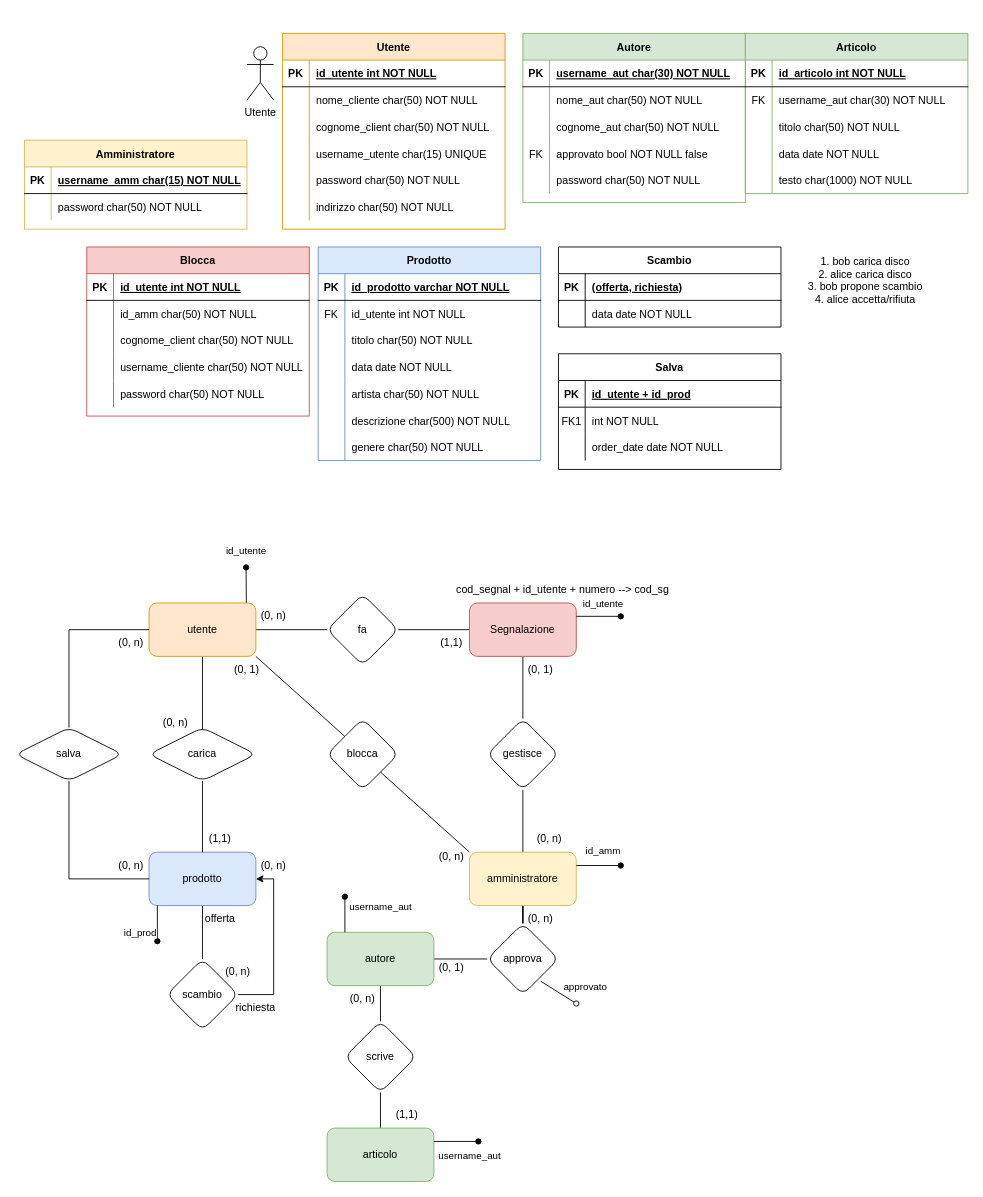
Above: testDraw.drawio in nonPitte/testDraw (draw.io), before the change. Source tidied: cells renumbered, new cells numbered last; positions are measured from the earlier drawing's top-left corner, leaving out a move shared by most shapes. Both pictures are drawn from the tidied source at 89%, with x=0, y=0 at pixel (15, 33).
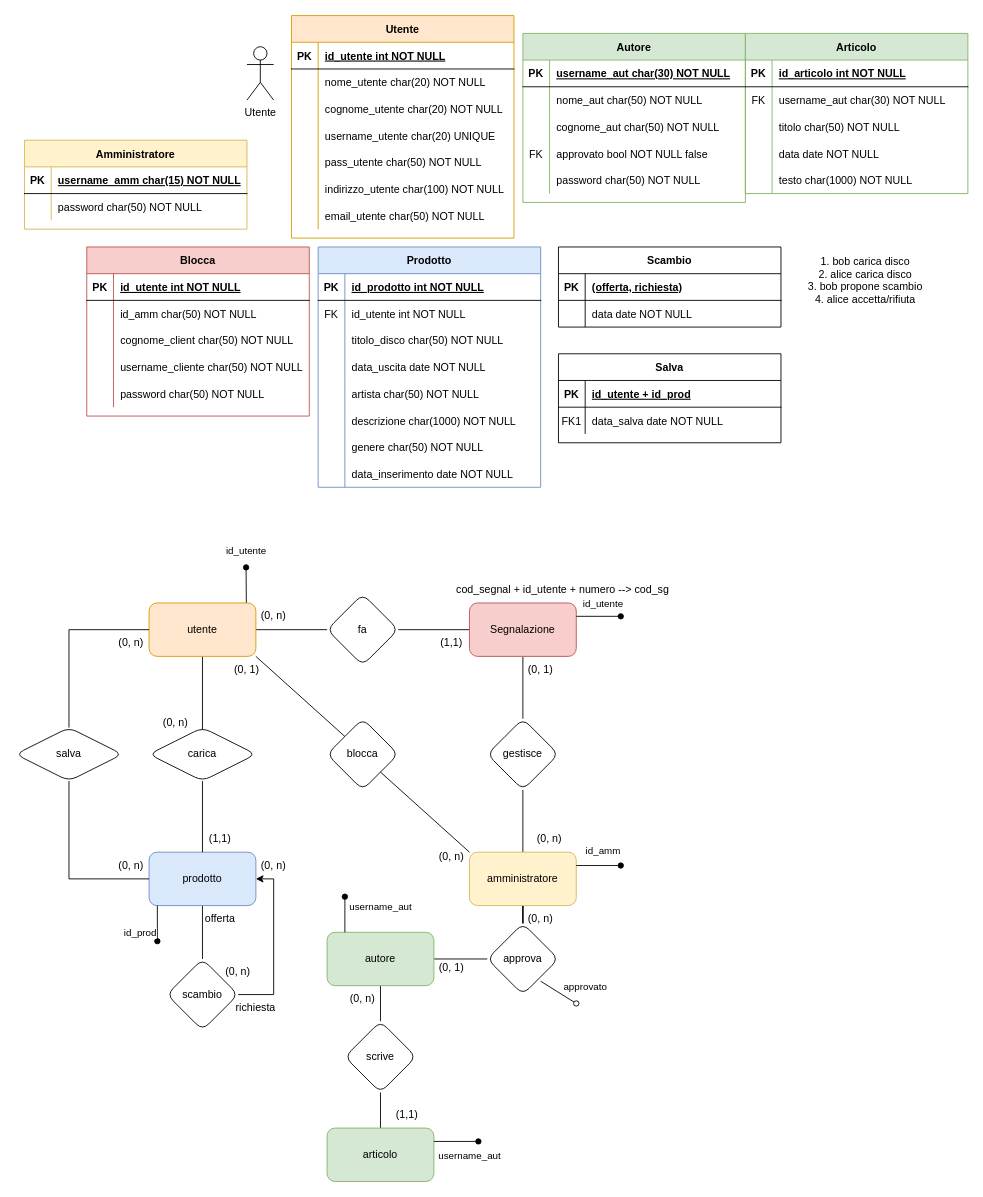
After the change.

The change refers to these unchanged cells:
```xml
<mxCell id="6" style="shape=partialRectangle;fillColor=none;top=0;left=0;right=0;bottom=0;" parent="2" vertex="1">
  <mxGeometry y="60" width="250" height="30" as="geometry" />
</mxCell>
<mxCell id="9" style="shape=partialRectangle;fillColor=none;top=0;left=0;right=0;bottom=0;" parent="2" vertex="1">
  <mxGeometry y="90" width="250" height="30" as="geometry" />
</mxCell>
<mxCell id="12" style="shape=partialRectangle;fillColor=none;top=0;left=0;right=0;bottom=0;" parent="2" vertex="1">
  <mxGeometry y="120" width="250" height="30" as="geometry" />
</mxCell>
<mxCell id="15" style="shape=partialRectangle;fillColor=none;top=0;left=0;right=0;bottom=0;" parent="2" vertex="1">
  <mxGeometry y="150" width="250" height="30" as="geometry" />
</mxCell>
<mxCell id="18" style="shape=partialRectangle;fillColor=none;top=0;left=0;right=0;bottom=0;" parent="2" vertex="1">
  <mxGeometry y="180" width="250" height="30" as="geometry" />
</mxCell>
<mxCell id="22" style="shape=partialRectangle;fillColor=none;top=0;left=0;right=0;bottom=1;" parent="21" vertex="1">
  <mxGeometry y="30" width="250" height="30" as="geometry" />
</mxCell>
<mxCell id="28" style="shape=partialRectangle;fillColor=none;top=0;left=0;right=0;bottom=0;" parent="21" vertex="1">
  <mxGeometry y="90" width="250" height="30" as="geometry" />
</mxCell>
<mxCell id="31" style="shape=partialRectangle;fillColor=none;top=0;left=0;right=0;bottom=0;" parent="21" vertex="1">
  <mxGeometry y="120" width="250" height="30" as="geometry" />
</mxCell>
<mxCell id="37" style="shape=partialRectangle;fillColor=none;top=0;left=0;right=0;bottom=0;" parent="21" vertex="1">
  <mxGeometry y="180" width="250" height="30" as="geometry" />
</mxCell>
<mxCell id="89" style="shape=partialRectangle;fillColor=none;top=0;left=0;right=0;bottom=0;" parent="85" vertex="1">
  <mxGeometry y="60" width="250" height="30" as="geometry" />
</mxCell>
```

The edit, as a diff of the source:
```diff
@@
     <mxCell id="2" value="Utente" style="shape=table;startSize=30;childLayout=tableLayout;rowLines=0;fontStyle=1;align=center;fillColor=#ffe6cc;strokeColor=#d79b00;" parent="1" vertex="1">
-      <mxGeometry x="300" width="250" height="220" as="geometry" />
+      <mxGeometry x="310" y="-20" width="250" height="250" as="geometry" />
     </mxCell>
@@
-    <mxCell id="8" value="nome_cliente char(50) NOT NULL" style="shape=partialRectangle;overflow=hidden;fillColor=none;top=0;left=0;bottom=0;right=0;align=left;spacingLeft=6;" parent="6" vertex="1">
+    <mxCell id="8" value="nome_utente char(20) NOT NULL" style="shape=partialRectangle;overflow=hidden;fillColor=none;top=0;left=0;bottom=0;right=0;align=left;spacingLeft=6;" parent="6" vertex="1">
       <mxGeometry x="30" width="220" height="30" as="geometry" />
     </mxCell>
@@
-    <mxCell id="11" value="cognome_client char(50) NOT NULL" style="shape=partialRectangle;overflow=hidden;fillColor=none;top=0;left=0;bottom=0;right=0;align=left;spacingLeft=6;" parent="9" vertex="1">
+    <mxCell id="11" value="cognome_utente char(20) NOT NULL" style="shape=partialRectangle;overflow=hidden;fillColor=none;top=0;left=0;bottom=0;right=0;align=left;spacingLeft=6;" parent="9" vertex="1">
       <mxGeometry x="30" width="220" height="30" as="geometry" />
     </mxCell>
@@
-    <mxCell id="14" value="username_utente char(15) UNIQUE" style="shape=partialRectangle;overflow=hidden;fillColor=none;top=0;left=0;bottom=0;right=0;align=left;spacingLeft=6;" parent="12" vertex="1">
+    <mxCell id="14" value="username_utente char(20) UNIQUE" style="shape=partialRectangle;overflow=hidden;fillColor=none;top=0;left=0;bottom=0;right=0;align=left;spacingLeft=6;" parent="12" vertex="1">
       <mxGeometry x="30" width="220" height="30" as="geometry" />
     </mxCell>
@@
-    <mxCell id="17" value="password char(50) NOT NULL" style="shape=partialRectangle;overflow=hidden;fillColor=none;top=0;left=0;bottom=0;right=0;align=left;spacingLeft=6;" parent="15" vertex="1">
+    <mxCell id="17" value="pass_utente char(50) NOT NULL" style="shape=partialRectangle;overflow=hidden;fillColor=none;top=0;left=0;bottom=0;right=0;align=left;spacingLeft=6;" parent="15" vertex="1">
       <mxGeometry x="30" width="220" height="30" as="geometry" />
     </mxCell>
@@
-    <mxCell id="20" value="indirizzo char(50) NOT NULL" style="shape=partialRectangle;overflow=hidden;fillColor=none;top=0;left=0;bottom=0;right=0;align=left;spacingLeft=6;" parent="18" vertex="1">
+    <mxCell id="20" value="indirizzo_utente char(100) NOT NULL" style="shape=partialRectangle;overflow=hidden;fillColor=none;top=0;left=0;bottom=0;right=0;align=left;spacingLeft=6;" parent="18" vertex="1">
       <mxGeometry x="30" width="220" height="30" as="geometry" />
     </mxCell>
+    <mxCell id="174" style="shape=partialRectangle;fillColor=none;top=0;left=0;right=0;bottom=0;" parent="2" vertex="1">
+      <mxGeometry y="210" width="250" height="30" as="geometry" />
+    </mxCell>
+    <mxCell id="175" style="shape=partialRectangle;overflow=hidden;fillColor=none;top=0;left=0;bottom=0;right=0;" parent="174" vertex="1">
+      <mxGeometry width="30" height="30" as="geometry" />
+    </mxCell>
+    <mxCell id="176" value="email_utente char(50) NOT NULL" style="shape=partialRectangle;overflow=hidden;fillColor=none;top=0;left=0;bottom=0;right=0;align=left;spacingLeft=6;" parent="174" vertex="1">
+      <mxGeometry x="30" width="220" height="30" as="geometry" />
+    </mxCell>
     <mxCell id="21" value="Prodotto" style="shape=table;startSize=30;childLayout=tableLayout;rowLines=0;fontStyle=1;align=center;fillColor=#dae8fc;strokeColor=#6c8ebf;" parent="1" vertex="1">
-      <mxGeometry x="340" y="240" width="250" height="240" as="geometry" />
+      <mxGeometry x="340" y="240" width="250" height="270" as="geometry" />
     </mxCell>
@@
-    <mxCell id="24" value="id_prodotto varchar NOT NULL " style="shape=partialRectangle;overflow=hidden;fillColor=none;top=0;left=0;bottom=0;right=0;align=left;spacingLeft=6;fontStyle=5;" parent="22" vertex="1">
+    <mxCell id="24" value="id_prodotto int NOT NULL " style="shape=partialRectangle;overflow=hidden;fillColor=none;top=0;left=0;bottom=0;right=0;align=left;spacingLeft=6;fontStyle=5;" parent="22" vertex="1">
       <mxGeometry x="30" width="220" height="30" as="geometry" />
     </mxCell>
@@
-    <mxCell id="30" value="titolo char(50) NOT NULL" style="shape=partialRectangle;overflow=hidden;fillColor=none;top=0;left=0;bottom=0;right=0;align=left;spacingLeft=6;" parent="28" vertex="1">
+    <mxCell id="30" value="titolo_disco char(50) NOT NULL" style="shape=partialRectangle;overflow=hidden;fillColor=none;top=0;left=0;bottom=0;right=0;align=left;spacingLeft=6;" parent="28" vertex="1">
       <mxGeometry x="30" width="220" height="30" as="geometry" />
     </mxCell>
@@
-    <mxCell id="33" value="data date NOT NULL" style="shape=partialRectangle;overflow=hidden;fillColor=none;top=0;left=0;bottom=0;right=0;align=left;spacingLeft=6;" parent="31" vertex="1">
+    <mxCell id="33" value="data_uscita date NOT NULL" style="shape=partialRectangle;overflow=hidden;fillColor=none;top=0;left=0;bottom=0;right=0;align=left;spacingLeft=6;" parent="31" vertex="1">
       <mxGeometry x="30" width="220" height="30" as="geometry" />
     </mxCell>
@@
-    <mxCell id="39" value="descrizione char(500) NOT NULL" style="shape=partialRectangle;overflow=hidden;fillColor=none;top=0;left=0;bottom=0;right=0;align=left;spacingLeft=6;" parent="37" vertex="1">
+    <mxCell id="39" value="descrizione char(1000) NOT NULL" style="shape=partialRectangle;overflow=hidden;fillColor=none;top=0;left=0;bottom=0;right=0;align=left;spacingLeft=6;" parent="37" vertex="1">
       <mxGeometry x="30" width="220" height="30" as="geometry" />
     </mxCell>
@@
+    <mxCell id="177" style="shape=partialRectangle;fillColor=none;top=0;left=0;right=0;bottom=0;" parent="21" vertex="1">
+      <mxGeometry y="240" width="250" height="30" as="geometry" />
+    </mxCell>
+    <mxCell id="178" style="shape=partialRectangle;overflow=hidden;fillColor=none;top=0;left=0;bottom=0;right=0;" parent="177" vertex="1">
+      <mxGeometry width="30" height="30" as="geometry" />
+    </mxCell>
+    <mxCell id="179" value="data_inserimento date NOT NULL" style="shape=partialRectangle;overflow=hidden;fillColor=none;top=0;left=0;bottom=0;right=0;align=left;spacingLeft=6;" parent="177" vertex="1">
+      <mxGeometry x="30" width="220" height="30" as="geometry" />
+    </mxCell>
@@
     <mxCell id="85" value="Salva" style="shape=table;startSize=30;childLayout=tableLayout;rowLines=0;fontStyle=1;align=center;" parent="1" vertex="1">
-      <mxGeometry x="610" y="360" width="250" height="130" as="geometry" />
+      <mxGeometry x="610" y="360" width="250" height="100" as="geometry" />
     </mxCell>
@@
-    <mxCell id="91" value=" int NOT NULL" style="shape=partialRectangle;overflow=hidden;fillColor=none;top=0;left=0;bottom=0;right=0;align=left;spacingLeft=6;" parent="89" vertex="1">
+    <mxCell id="91" value="data_salva date NOT NULL" style="shape=partialRectangle;overflow=hidden;fillColor=none;top=0;left=0;bottom=0;right=0;align=left;spacingLeft=6;" parent="89" vertex="1">
       <mxGeometry x="30" width="220" height="30" as="geometry" />
     </mxCell>
-    <mxCell id="92" style="shape=partialRectangle;fillColor=none;top=0;left=0;right=0;bottom=0;" parent="85" vertex="1">
-      <mxGeometry y="90" width="250" height="30" as="geometry" />
-    </mxCell>
-    <mxCell id="93" style="shape=partialRectangle;overflow=hidden;fillColor=none;top=0;left=0;bottom=0;right=0;" parent="92" vertex="1">
-      <mxGeometry width="30" height="30" as="geometry" />
-    </mxCell>
-    <mxCell id="94" value="order_date date NOT NULL" style="shape=partialRectangle;overflow=hidden;fillColor=none;top=0;left=0;bottom=0;right=0;align=left;spacingLeft=6;" parent="92" vertex="1">
-      <mxGeometry x="30" width="220" height="30" as="geometry" />
-    </mxCell>
```
